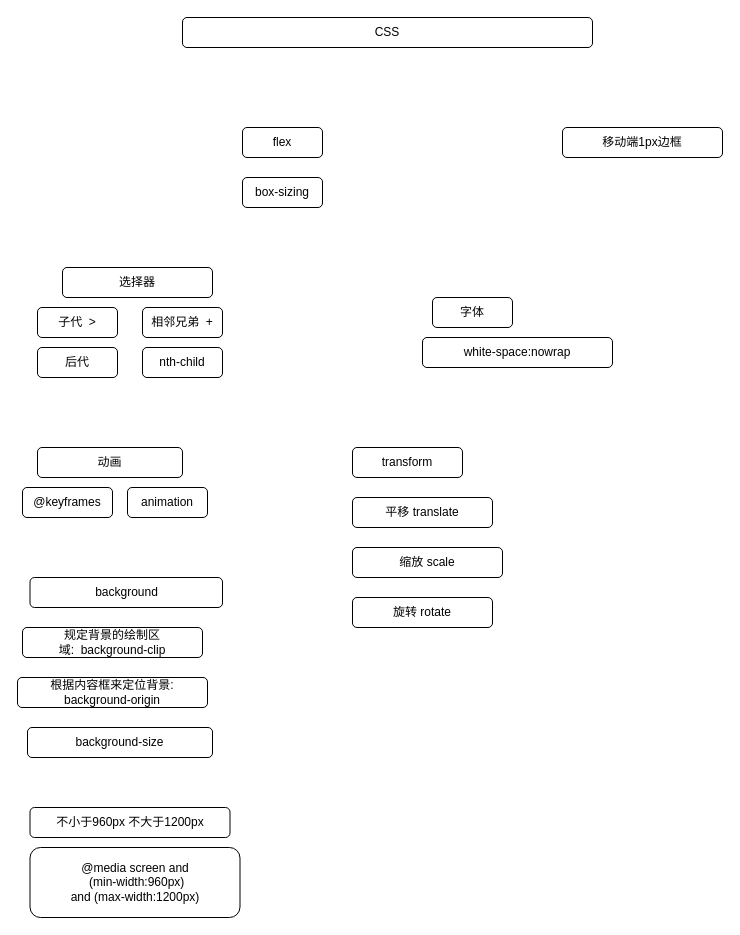
The draw.io diagram drawio/css.drawio in D20F/xiaofang, before the edit. Source tidied: cells renumbered, new cells numbered last; positions are measured from the earlier drawing's top-left corner, leaving out a move shared by most shapes. Both pictures are drawn from the tidied source at 100%, with x=0, y=0 at pixel (17, 17).
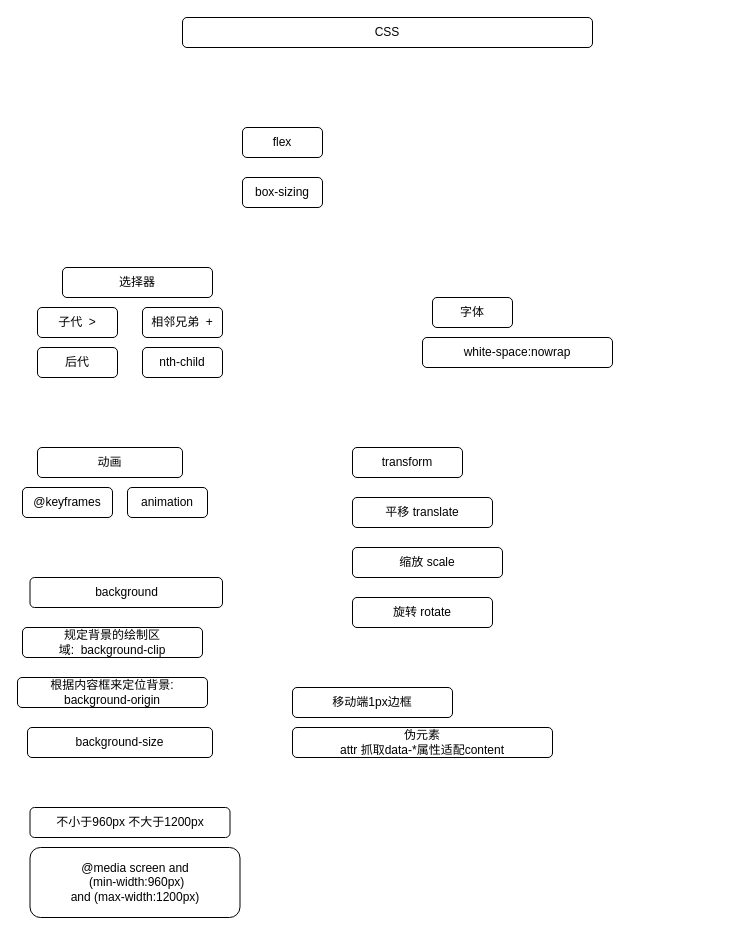
The same diagram, later.

Change to the diagram source:
```diff
@@
     <mxCell id="8" value="移动端1px边框" style="rounded=1;whiteSpace=wrap;html=1;" parent="1" vertex="1">
-      <mxGeometry x="545" y="110" width="160" height="30" as="geometry" />
+      <mxGeometry x="275" y="670" width="160" height="30" as="geometry" />
     </mxCell>
@@
+    <mxCell id="26" value="伪元素&lt;br&gt;attr 抓取data-*属性适配content" style="rounded=1;whiteSpace=wrap;html=1;" parent="1" vertex="1">
+      <mxGeometry x="275" y="710" width="260" height="30" as="geometry" />
+    </mxCell>
```
